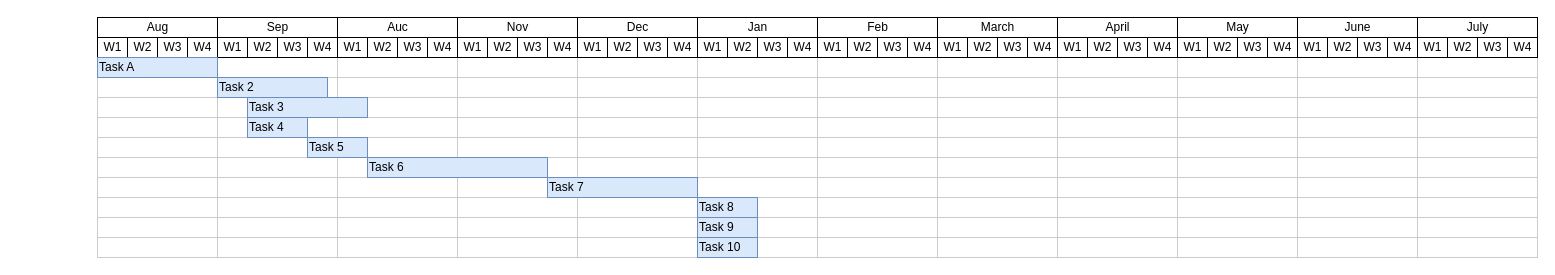
Earlier version of the draw.io diagram svsr_gratt_chart.drawio (umayanga123/svsr_diagrums). Source tidied: cells renumbered, new cells numbered last; positions are measured from the earlier drawing's top-left corner, leaving out a move shared by most shapes. Both pictures are drawn from the tidied source at 100%, with x=0, y=0 at pixel (97, 17).
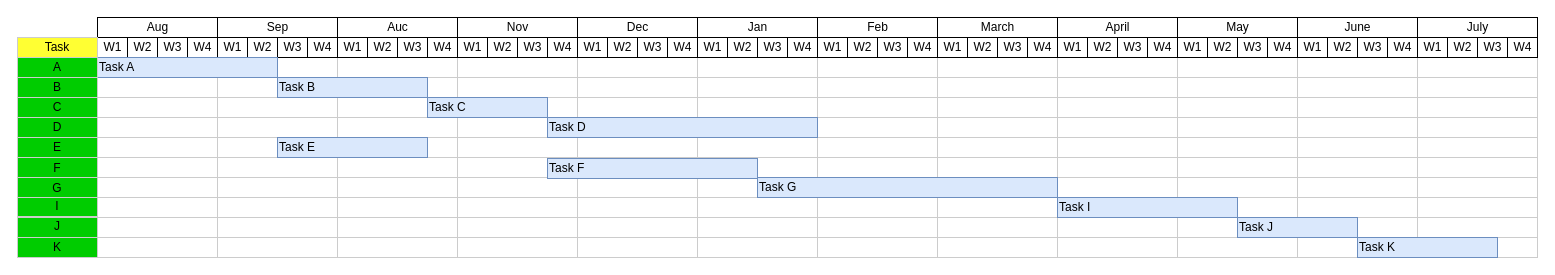
The same diagram, later.

What changed in the source:
```diff
@@
     <mxCell id="182" value="Task A" style="align=left;strokeColor=#6c8ebf;html=1;fillColor=#dae8fc;" parent="1" vertex="1">
-      <mxGeometry y="40" width="120" height="20" as="geometry" />
+      <mxGeometry y="40" width="180" height="20" as="geometry" />
     </mxCell>
-    <mxCell id="183" value="Task 2" style="align=left;strokeColor=#6c8ebf;html=1;fillColor=#dae8fc;" parent="1" vertex="1">
-      <mxGeometry x="120" y="60" width="110" height="20" as="geometry" />
+    <mxCell id="183" value="Task B" style="align=left;strokeColor=#6c8ebf;html=1;fillColor=#dae8fc;" parent="1" vertex="1">
+      <mxGeometry x="180" y="60" width="150" height="20" as="geometry" />
     </mxCell>
-    <mxCell id="184" value="Task 3" style="align=left;strokeColor=#6c8ebf;html=1;fillColor=#dae8fc;" parent="1" vertex="1">
-      <mxGeometry x="150" y="80" width="120" height="20" as="geometry" />
+    <mxCell id="184" value="Task C" style="align=left;strokeColor=#6c8ebf;html=1;fillColor=#dae8fc;" parent="1" vertex="1">
+      <mxGeometry x="330" y="80" width="120" height="20" as="geometry" />
     </mxCell>
-    <mxCell id="185" value="Task 4" style="align=left;strokeColor=#6c8ebf;html=1;fillColor=#dae8fc;" parent="1" vertex="1">
-      <mxGeometry x="150" y="100" width="60" height="20" as="geometry" />
+    <mxCell id="185" value="Task D" style="align=left;strokeColor=#6c8ebf;html=1;fillColor=#dae8fc;" parent="1" vertex="1">
+      <mxGeometry x="450" y="100" width="270" height="20" as="geometry" />
     </mxCell>
-    <mxCell id="186" value="Task 5" style="align=left;strokeColor=#6c8ebf;html=1;fillColor=#dae8fc;" parent="1" vertex="1">
-      <mxGeometry x="210" y="120" width="60" height="20" as="geometry" />
+    <mxCell id="186" value="Task E" style="align=left;strokeColor=#6c8ebf;html=1;fillColor=#dae8fc;" parent="1" vertex="1">
+      <mxGeometry x="180" y="120" width="150" height="20" as="geometry" />
     </mxCell>
-    <mxCell id="187" value="Task 6" style="align=left;strokeColor=#6c8ebf;html=1;fillColor=#dae8fc;" parent="1" vertex="1">
-      <mxGeometry x="270" y="140" width="180" height="20" as="geometry" />
+    <mxCell id="187" value="Task F" style="align=left;strokeColor=#6c8ebf;html=1;fillColor=#dae8fc;" parent="1" vertex="1">
+      <mxGeometry x="450" y="141" width="210" height="20" as="geometry" />
     </mxCell>
-    <mxCell id="188" value="Task 7" style="align=left;strokeColor=#6c8ebf;html=1;fillColor=#dae8fc;" parent="1" vertex="1">
-      <mxGeometry x="450" y="160" width="150" height="20" as="geometry" />
+    <mxCell id="188" value="Task G" style="align=left;strokeColor=#6c8ebf;html=1;fillColor=#dae8fc;" parent="1" vertex="1">
+      <mxGeometry x="660" y="160" width="300" height="20" as="geometry" />
     </mxCell>
-    <mxCell id="189" value="Task 8" style="align=left;strokeColor=#6c8ebf;html=1;fillColor=#dae8fc;" parent="1" vertex="1">
-      <mxGeometry x="600" y="180" width="60" height="20" as="geometry" />
+    <mxCell id="189" value="Task I" style="align=left;strokeColor=#6c8ebf;html=1;fillColor=#dae8fc;" parent="1" vertex="1">
+      <mxGeometry x="960" y="180" width="180" height="20" as="geometry" />
     </mxCell>
-    <mxCell id="190" value="Task 9" style="align=left;strokeColor=#6c8ebf;html=1;fillColor=#dae8fc;" parent="1" vertex="1">
-      <mxGeometry x="600" y="200" width="60" height="20" as="geometry" />
+    <mxCell id="190" value="Task J" style="align=left;strokeColor=#6c8ebf;html=1;fillColor=#dae8fc;" parent="1" vertex="1">
+      <mxGeometry x="1140" y="200" width="120" height="20" as="geometry" />
     </mxCell>
-    <mxCell id="191" value="Task 10" style="align=left;strokeColor=#6c8ebf;html=1;fillColor=#dae8fc;" parent="1" vertex="1">
-      <mxGeometry x="600" y="220" width="60" height="20" as="geometry" />
+    <mxCell id="191" value="Task K" style="align=left;strokeColor=#6c8ebf;html=1;fillColor=#dae8fc;" parent="1" vertex="1">
+      <mxGeometry x="1260" y="220" width="140" height="20" as="geometry" />
     </mxCell>
+    <mxCell id="192" style="align=left;strokeColor=#CCCCCC;html=1;fillColor=#00CC00;" parent="1" vertex="1">
+      <mxGeometry x="-80" y="120" width="80" height="20" as="geometry" />
+    </mxCell>
+    <mxCell id="193" style="align=left;strokeColor=#CCCCCC;html=1;fillColor=#00CC00;" parent="1" vertex="1">
+      <mxGeometry x="-80" y="180" width="80" height="19" as="geometry" />
+    </mxCell>
+    <mxCell id="194" style="align=left;strokeColor=#CCCCCC;html=1;fillColor=#00CC00;" parent="1" vertex="1">
+      <mxGeometry x="-80" y="140" width="80" height="20" as="geometry" />
+    </mxCell>
+    <mxCell id="195" style="align=left;strokeColor=#CCCCCC;html=1;fillColor=#00CC00;" parent="1" vertex="1">
+      <mxGeometry x="-80" y="160" width="80" height="20" as="geometry" />
+    </mxCell>
+    <mxCell id="196" style="align=left;strokeColor=#CCCCCC;html=1;fillColor=#00CC00;" parent="1" vertex="1">
+      <mxGeometry x="-80" y="200" width="80" height="20" as="geometry" />
+    </mxCell>
+    <mxCell id="197" style="align=left;strokeColor=#CCCCCC;html=1;fillColor=#00CC00;" parent="1" vertex="1">
+      <mxGeometry x="-80" y="220" width="80" height="20" as="geometry" />
+    </mxCell>
+    <mxCell id="198" style="align=left;strokeColor=#CCCCCC;html=1;fillColor=#00CC00;" parent="1" vertex="1">
+      <mxGeometry x="-80" y="60" width="80" height="20" as="geometry" />
+    </mxCell>
+    <mxCell id="199" style="align=left;strokeColor=#CCCCCC;html=1;fillColor=#00CC00;" parent="1" vertex="1">
+      <mxGeometry x="-80" y="80" width="80" height="20" as="geometry" />
+    </mxCell>
+    <mxCell id="200" style="align=left;strokeColor=#CCCCCC;html=1;fillColor=#00CC00;" parent="1" vertex="1">
+      <mxGeometry x="-80" y="40" width="80" height="20" as="geometry" />
+    </mxCell>
+    <mxCell id="201" style="align=left;strokeColor=#CCCCCC;html=1;fillColor=#00CC00;" parent="1" vertex="1">
+      <mxGeometry x="-80" y="100" width="80" height="20" as="geometry" />
+    </mxCell>
+    <mxCell id="202" style="align=left;strokeColor=#CCCCCC;html=1;fillColor=#FFFF33;" parent="1" vertex="1">
+      <mxGeometry x="-80" y="20" width="80" height="20" as="geometry" />
+    </mxCell>
+    <mxCell id="203" value="Task" style="text;html=1;strokeColor=none;fillColor=none;align=center;verticalAlign=middle;whiteSpace=wrap;rounded=0;" parent="1" vertex="1">
+      <mxGeometry x="-60" y="20" width="40" height="20" as="geometry" />
+    </mxCell>
+    <mxCell id="204" value="A" style="text;html=1;strokeColor=none;fillColor=none;align=center;verticalAlign=middle;whiteSpace=wrap;rounded=0;" parent="1" vertex="1">
+      <mxGeometry x="-60" y="40" width="40" height="20" as="geometry" />
+    </mxCell>
+    <mxCell id="205" value="E" style="text;html=1;strokeColor=none;fillColor=none;align=center;verticalAlign=middle;whiteSpace=wrap;rounded=0;" parent="1" vertex="1">
+      <mxGeometry x="-60" y="120" width="40" height="20" as="geometry" />
+    </mxCell>
+    <mxCell id="206" value="F" style="text;html=1;strokeColor=none;fillColor=none;align=center;verticalAlign=middle;whiteSpace=wrap;rounded=0;" parent="1" vertex="1">
+      <mxGeometry x="-60" y="141" width="40" height="20" as="geometry" />
+    </mxCell>
+    <mxCell id="207" value="G" style="text;html=1;strokeColor=none;fillColor=none;align=center;verticalAlign=middle;whiteSpace=wrap;rounded=0;" parent="1" vertex="1">
+      <mxGeometry x="-60" y="161" width="40" height="20" as="geometry" />
+    </mxCell>
+    <mxCell id="208" value="I" style="text;html=1;strokeColor=none;fillColor=none;align=center;verticalAlign=middle;whiteSpace=wrap;rounded=0;" parent="1" vertex="1">
+      <mxGeometry x="-60" y="179" width="40" height="20" as="geometry" />
+    </mxCell>
+    <mxCell id="209" value="J" style="text;html=1;strokeColor=none;fillColor=none;align=center;verticalAlign=middle;whiteSpace=wrap;rounded=0;" parent="1" vertex="1">
+      <mxGeometry x="-60" y="199" width="40" height="20" as="geometry" />
+    </mxCell>
+    <mxCell id="210" value="K" style="text;html=1;strokeColor=none;fillColor=none;align=center;verticalAlign=middle;whiteSpace=wrap;rounded=0;" parent="1" vertex="1">
+      <mxGeometry x="-60" y="220" width="40" height="20" as="geometry" />
+    </mxCell>
+    <mxCell id="211" value="D" style="text;html=1;strokeColor=none;fillColor=none;align=center;verticalAlign=middle;whiteSpace=wrap;rounded=0;direction=west;" parent="1" vertex="1">
+      <mxGeometry x="-60" y="100" width="40" height="20" as="geometry" />
+    </mxCell>
+    <mxCell id="212" value="C" style="text;html=1;strokeColor=none;fillColor=none;align=center;verticalAlign=middle;whiteSpace=wrap;rounded=0;" parent="1" vertex="1">
+      <mxGeometry x="-60" y="80" width="40" height="20" as="geometry" />
+    </mxCell>
+    <mxCell id="213" value="B" style="text;html=1;strokeColor=none;fillColor=none;align=center;verticalAlign=middle;whiteSpace=wrap;rounded=0;" parent="1" vertex="1">
+      <mxGeometry x="-60" y="60" width="40" height="20" as="geometry" />
+    </mxCell>
```
